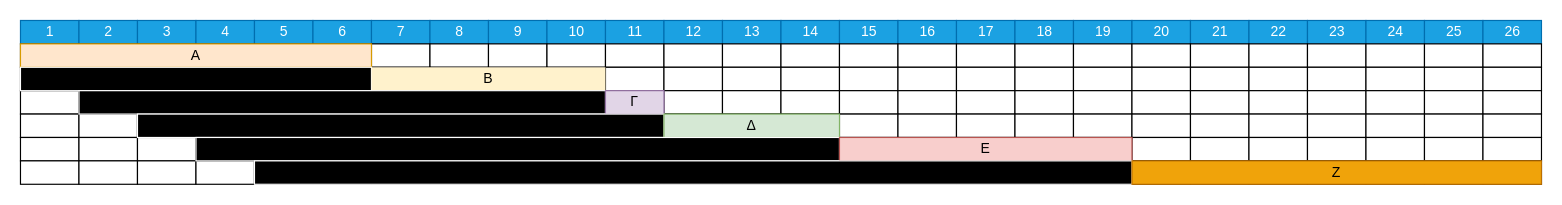
Above: PROJECT 1/askisi04/erwtima01FCFS.drawio in ltopalis/Operating-System-Project (draw.io), before the change. Source tidied: cells renumbered, new cells numbered last; positions are measured from the earlier drawing's top-left corner, leaving out a move shared by most shapes. Both pictures are drawn from the tidied source at 117%, with x=0, y=0 at pixel (20, 20).
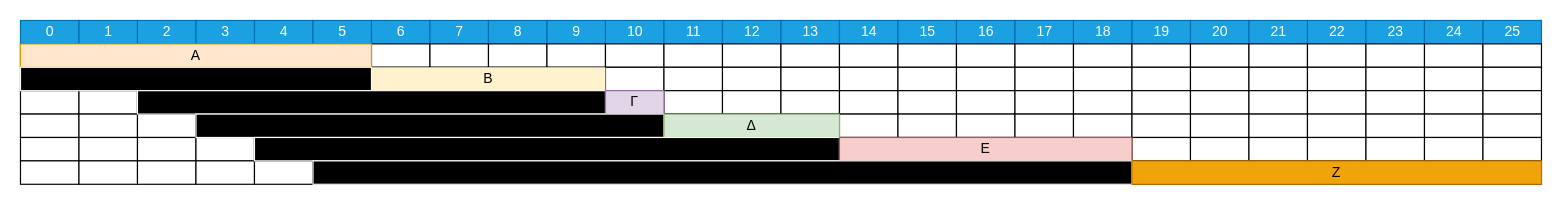
The same diagram, later.

What changed in the source:
```diff
@@
-    <mxCell id="2" value="1" style="align=center;html=1;fillColor=#1ba1e2;fontColor=#ffffff;strokeColor=#006EAF;" parent="1" vertex="1">
+    <mxCell id="2" value="0" style="align=center;html=1;fillColor=#1ba1e2;fontColor=#ffffff;strokeColor=#006EAF;" parent="1" vertex="1">
       <mxGeometry width="50" height="20" as="geometry" />
     </mxCell>
-    <mxCell id="3" value="2" style="align=center;html=1;fillColor=#1ba1e2;fontColor=#ffffff;strokeColor=#006EAF;" parent="1" vertex="1">
+    <mxCell id="3" value="1" style="align=center;html=1;fillColor=#1ba1e2;fontColor=#ffffff;strokeColor=#006EAF;" parent="1" vertex="1">
       <mxGeometry x="50" width="50" height="20" as="geometry" />
     </mxCell>
-    <mxCell id="4" value="3" style="align=center;html=1;fillColor=#1ba1e2;fontColor=#ffffff;strokeColor=#006EAF;" parent="1" vertex="1">
+    <mxCell id="4" value="2" style="align=center;html=1;fillColor=#1ba1e2;fontColor=#ffffff;strokeColor=#006EAF;" parent="1" vertex="1">
       <mxGeometry x="100" width="50" height="20" as="geometry" />
     </mxCell>
-    <mxCell id="5" value="4" style="align=center;html=1;fillColor=#1ba1e2;fontColor=#ffffff;strokeColor=#006EAF;" parent="1" vertex="1">
+    <mxCell id="5" value="3" style="align=center;html=1;fillColor=#1ba1e2;fontColor=#ffffff;strokeColor=#006EAF;" parent="1" vertex="1">
       <mxGeometry x="150" width="50" height="20" as="geometry" />
     </mxCell>
-    <mxCell id="6" value="5" style="align=center;html=1;fillColor=#1ba1e2;fontColor=#ffffff;strokeColor=#006EAF;" parent="1" vertex="1">
+    <mxCell id="6" value="4" style="align=center;html=1;fillColor=#1ba1e2;fontColor=#ffffff;strokeColor=#006EAF;" parent="1" vertex="1">
       <mxGeometry x="200" width="50" height="20" as="geometry" />
     </mxCell>
-    <mxCell id="7" value="6" style="align=center;html=1;fillColor=#1ba1e2;fontColor=#ffffff;strokeColor=#006EAF;" parent="1" vertex="1">
+    <mxCell id="7" value="5" style="align=center;html=1;fillColor=#1ba1e2;fontColor=#ffffff;strokeColor=#006EAF;" parent="1" vertex="1">
       <mxGeometry x="250" width="50" height="20" as="geometry" />
     </mxCell>
-    <mxCell id="8" value="7" style="align=center;html=1;fillColor=#1ba1e2;fontColor=#ffffff;strokeColor=#006EAF;" parent="1" vertex="1">
+    <mxCell id="8" value="6" style="align=center;html=1;fillColor=#1ba1e2;fontColor=#ffffff;strokeColor=#006EAF;" parent="1" vertex="1">
       <mxGeometry x="300" width="50" height="20" as="geometry" />
     </mxCell>
-    <mxCell id="9" value="8" style="align=center;html=1;fillColor=#1ba1e2;fontColor=#ffffff;strokeColor=#006EAF;" parent="1" vertex="1">
+    <mxCell id="9" value="7" style="align=center;html=1;fillColor=#1ba1e2;fontColor=#ffffff;strokeColor=#006EAF;" parent="1" vertex="1">
       <mxGeometry x="350" width="50" height="20" as="geometry" />
     </mxCell>
-    <mxCell id="10" value="9" style="align=center;html=1;fillColor=#1ba1e2;fontColor=#ffffff;strokeColor=#006EAF;" parent="1" vertex="1">
+    <mxCell id="10" value="8" style="align=center;html=1;fillColor=#1ba1e2;fontColor=#ffffff;strokeColor=#006EAF;" parent="1" vertex="1">
       <mxGeometry x="400" width="50" height="20" as="geometry" />
     </mxCell>
-    <mxCell id="11" value="10" style="align=center;html=1;fillColor=#1ba1e2;fontColor=#ffffff;strokeColor=#006EAF;" parent="1" vertex="1">
+    <mxCell id="11" value="9" style="align=center;html=1;fillColor=#1ba1e2;fontColor=#ffffff;strokeColor=#006EAF;" parent="1" vertex="1">
       <mxGeometry x="450" width="50" height="20" as="geometry" />
     </mxCell>
-    <mxCell id="12" value="11" style="align=center;html=1;fillColor=#1ba1e2;fontColor=#ffffff;strokeColor=#006EAF;" parent="1" vertex="1">
+    <mxCell id="12" value="10" style="align=center;html=1;fillColor=#1ba1e2;fontColor=#ffffff;strokeColor=#006EAF;" parent="1" vertex="1">
       <mxGeometry x="500" width="50" height="20" as="geometry" />
     </mxCell>
-    <mxCell id="13" value="12" style="align=center;html=1;fillColor=#1ba1e2;fontColor=#ffffff;strokeColor=#006EAF;" parent="1" vertex="1">
+    <mxCell id="13" value="11" style="align=center;html=1;fillColor=#1ba1e2;fontColor=#ffffff;strokeColor=#006EAF;" parent="1" vertex="1">
       <mxGeometry x="550" width="50" height="20" as="geometry" />
     </mxCell>
-    <mxCell id="14" value="13" style="align=center;html=1;fillColor=#1ba1e2;fontColor=#ffffff;strokeColor=#006EAF;" parent="1" vertex="1">
+    <mxCell id="14" value="12" style="align=center;html=1;fillColor=#1ba1e2;fontColor=#ffffff;strokeColor=#006EAF;" parent="1" vertex="1">
       <mxGeometry x="600" width="50" height="20" as="geometry" />
     </mxCell>
-    <mxCell id="15" value="14" style="align=center;html=1;fillColor=#1ba1e2;fontColor=#ffffff;strokeColor=#006EAF;" parent="1" vertex="1">
+    <mxCell id="15" value="13" style="align=center;html=1;fillColor=#1ba1e2;fontColor=#ffffff;strokeColor=#006EAF;" parent="1" vertex="1">
       <mxGeometry x="650" width="50" height="20" as="geometry" />
     </mxCell>
-    <mxCell id="16" value="15" style="align=center;html=1;fillColor=#1ba1e2;fontColor=#ffffff;strokeColor=#006EAF;" parent="1" vertex="1">
+    <mxCell id="16" value="14" style="align=center;html=1;fillColor=#1ba1e2;fontColor=#ffffff;strokeColor=#006EAF;" parent="1" vertex="1">
       <mxGeometry x="700" width="50" height="20" as="geometry" />
     </mxCell>
-    <mxCell id="17" value="16" style="align=center;html=1;fillColor=#1ba1e2;fontColor=#ffffff;strokeColor=#006EAF;" parent="1" vertex="1">
+    <mxCell id="17" value="15" style="align=center;html=1;fillColor=#1ba1e2;fontColor=#ffffff;strokeColor=#006EAF;" parent="1" vertex="1">
       <mxGeometry x="750" width="50" height="20" as="geometry" />
     </mxCell>
-    <mxCell id="18" value="17" style="align=center;html=1;fillColor=#1ba1e2;fontColor=#ffffff;strokeColor=#006EAF;" parent="1" vertex="1">
+    <mxCell id="18" value="16" style="align=center;html=1;fillColor=#1ba1e2;fontColor=#ffffff;strokeColor=#006EAF;" parent="1" vertex="1">
       <mxGeometry x="800" width="50" height="20" as="geometry" />
     </mxCell>
-    <mxCell id="19" value="18" style="align=center;html=1;fillColor=#1ba1e2;fontColor=#ffffff;strokeColor=#006EAF;" parent="1" vertex="1">
+    <mxCell id="19" value="17" style="align=center;html=1;fillColor=#1ba1e2;fontColor=#ffffff;strokeColor=#006EAF;" parent="1" vertex="1">
       <mxGeometry x="850" width="50" height="20" as="geometry" />
     </mxCell>
-    <mxCell id="20" value="19" style="align=center;html=1;fillColor=#1ba1e2;fontColor=#ffffff;strokeColor=#006EAF;" parent="1" vertex="1">
+    <mxCell id="20" value="18" style="align=center;html=1;fillColor=#1ba1e2;fontColor=#ffffff;strokeColor=#006EAF;" parent="1" vertex="1">
       <mxGeometry x="900" width="50" height="20" as="geometry" />
     </mxCell>
-    <mxCell id="21" value="20" style="align=center;html=1;fillColor=#1ba1e2;fontColor=#ffffff;strokeColor=#006EAF;" parent="1" vertex="1">
+    <mxCell id="21" value="19" style="align=center;html=1;fillColor=#1ba1e2;fontColor=#ffffff;strokeColor=#006EAF;" parent="1" vertex="1">
       <mxGeometry x="950" width="50" height="20" as="geometry" />
     </mxCell>
-    <mxCell id="22" value="21" style="align=center;html=1;fillColor=#1ba1e2;fontColor=#ffffff;strokeColor=#006EAF;" parent="1" vertex="1">
+    <mxCell id="22" value="20" style="align=center;html=1;fillColor=#1ba1e2;fontColor=#ffffff;strokeColor=#006EAF;" parent="1" vertex="1">
       <mxGeometry x="1000" width="50" height="20" as="geometry" />
     </mxCell>
-    <mxCell id="23" value="22" style="align=center;html=1;fillColor=#1ba1e2;fontColor=#ffffff;strokeColor=#006EAF;" parent="1" vertex="1">
+    <mxCell id="23" value="21" style="align=center;html=1;fillColor=#1ba1e2;fontColor=#ffffff;strokeColor=#006EAF;" parent="1" vertex="1">
       <mxGeometry x="1050" width="50" height="20" as="geometry" />
     </mxCell>
-    <mxCell id="24" value="23" style="align=center;html=1;fillColor=#1ba1e2;fontColor=#ffffff;strokeColor=#006EAF;" parent="1" vertex="1">
+    <mxCell id="24" value="22" style="align=center;html=1;fillColor=#1ba1e2;fontColor=#ffffff;strokeColor=#006EAF;" parent="1" vertex="1">
       <mxGeometry x="1100" width="50" height="20" as="geometry" />
     </mxCell>
-    <mxCell id="25" value="24" style="align=center;html=1;fillColor=#1ba1e2;fontColor=#ffffff;strokeColor=#006EAF;" parent="1" vertex="1">
+    <mxCell id="25" value="23" style="align=center;html=1;fillColor=#1ba1e2;fontColor=#ffffff;strokeColor=#006EAF;" parent="1" vertex="1">
       <mxGeometry x="1150" width="50" height="20" as="geometry" />
     </mxCell>
-    <mxCell id="26" value="25" style="align=center;html=1;fillColor=#1ba1e2;fontColor=#ffffff;strokeColor=#006EAF;" parent="1" vertex="1">
+    <mxCell id="26" value="24" style="align=center;html=1;fillColor=#1ba1e2;fontColor=#ffffff;strokeColor=#006EAF;" parent="1" vertex="1">
       <mxGeometry x="1200" width="50" height="20" as="geometry" />
     </mxCell>
-    <mxCell id="27" value="26" style="align=center;html=1;fillColor=#1ba1e2;fontColor=#ffffff;strokeColor=#006EAF;" parent="1" vertex="1">
+    <mxCell id="27" value="25" style="align=center;html=1;fillColor=#1ba1e2;fontColor=#ffffff;strokeColor=#006EAF;" parent="1" vertex="1">
       <mxGeometry x="1250" width="50" height="20" as="geometry" />
     </mxCell>
@@
     <mxCell id="189" style="rounded=0;whiteSpace=wrap;html=1;fillColor=#000000;strokeColor=#ffffff;glass=0;shadow=0;gradientColor=none;gradientDirection=east;perimeterSpacing=21;" parent="1" vertex="1">
-      <mxGeometry x="50" y="60" width="450" height="20" as="geometry" />
+      <mxGeometry x="100" y="60" width="400" height="20" as="geometry" />
     </mxCell>
@@
     <mxCell id="191" style="rounded=0;whiteSpace=wrap;html=1;fillColor=#000000;strokeColor=#ffffff;glass=0;shadow=0;gradientColor=none;gradientDirection=east;perimeterSpacing=21;" parent="1" vertex="1">
-      <mxGeometry x="100" y="80" width="450" height="20" as="geometry" />
+      <mxGeometry x="150" y="80" width="400" height="20" as="geometry" />
     </mxCell>
@@
     <mxCell id="193" style="rounded=0;whiteSpace=wrap;html=1;fillColor=#000000;strokeColor=#ffffff;glass=0;shadow=0;gradientColor=none;gradientDirection=east;perimeterSpacing=21;" parent="1" vertex="1">
-      <mxGeometry x="150" y="100" width="550" height="20" as="geometry" />
+      <mxGeometry x="200" y="100" width="500" height="20" as="geometry" />
     </mxCell>
@@
     <mxCell id="195" style="rounded=0;whiteSpace=wrap;html=1;fillColor=#000000;strokeColor=#ffffff;glass=0;shadow=0;gradientColor=none;gradientDirection=east;perimeterSpacing=21;" parent="1" vertex="1">
-      <mxGeometry x="200" y="120" width="750" height="20" as="geometry" />
+      <mxGeometry x="250" y="120" width="700" height="20" as="geometry" />
     </mxCell>
```
